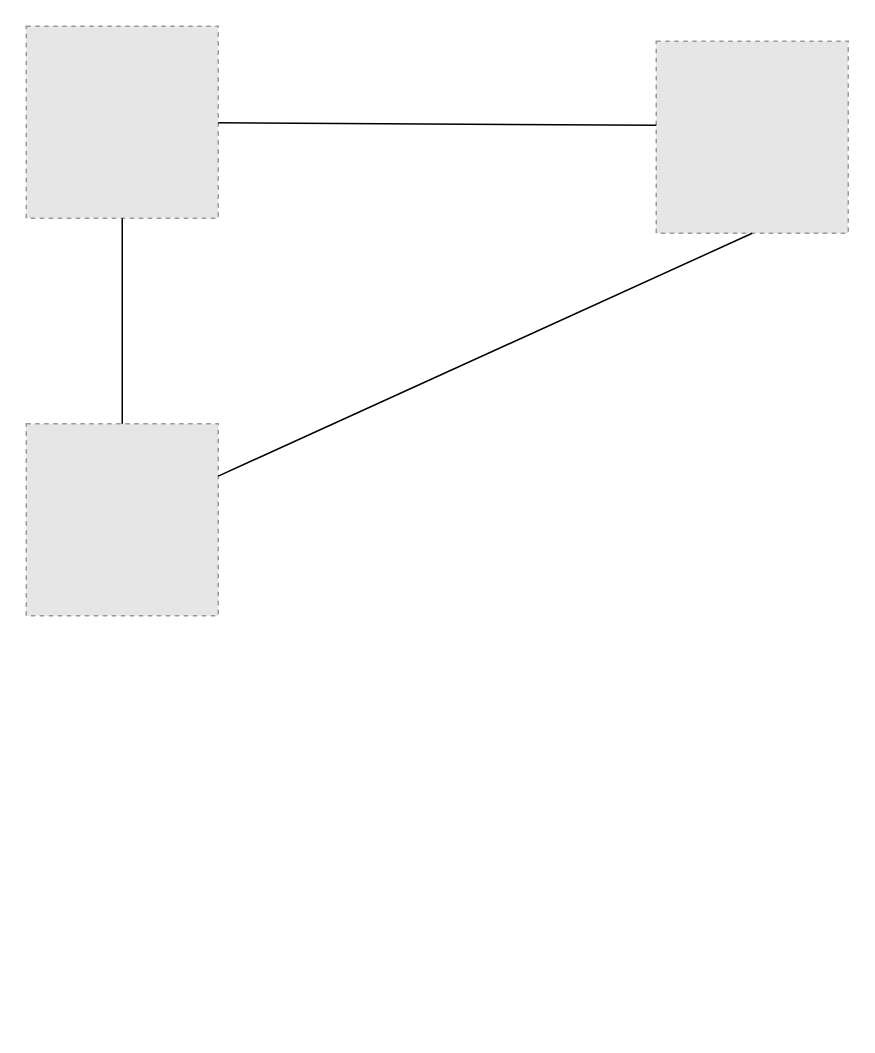
This is 名称未設定ファイル.drawio from Flamingo-G/hello-world, a draw.io file, before an edit. Source tidied: cells renumbered, new cells numbered last; positions are measured from the earlier drawing's top-left corner, leaving out a move shared by most shapes. Both pictures are drawn from the tidied source at 150%, with x=0, y=0 at pixel (26, 26). Pictures stored in the file or linked from it are replaced by grey dashed boxes.
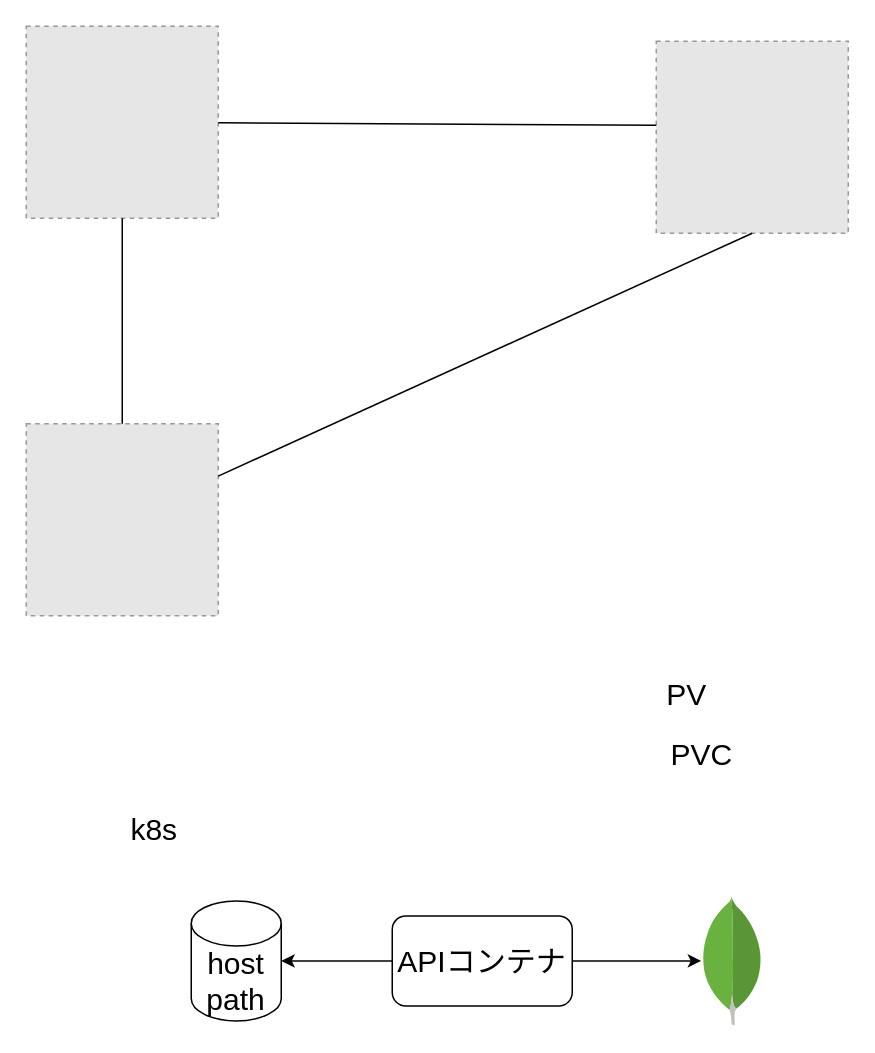
The same diagram, later.

Commit message:
名称未設定ファイル.drawio を更新します

Diff of the diagram source:
```diff
@@
 <mxGraphModel>
   <root>
     <mxCell id="0" />
     <mxCell id="1" parent="0" />
     <mxCell id="2" style="fillColor=#E6E6E6;strokeColor=#999999;dashed=1;html=1;verticalAlign=top;verticalLabelPosition=bottom;labelBackgroundColor=#ffffff;" parent="1" vertex="1">
       <mxGeometry width="128" height="128" as="geometry" />
     </mxCell>
     <mxCell id="3" style="fillColor=#E6E6E6;strokeColor=#999999;dashed=1;html=1;verticalAlign=top;verticalLabelPosition=bottom;labelBackgroundColor=#ffffff;" parent="1" vertex="1">
       <mxGeometry x="420" y="10" width="128" height="128" as="geometry" />
     </mxCell>
     <mxCell id="4" style="fillColor=#E6E6E6;strokeColor=#999999;dashed=1;html=1;verticalAlign=top;verticalLabelPosition=bottom;labelBackgroundColor=#ffffff;" parent="1" vertex="1">
       <mxGeometry y="265" width="128" height="128" as="geometry" />
     </mxCell>
     <mxCell id="5" style="endArrow=none;html=1;" parent="1" edge="1" source="2">
       <mxGeometry relative="1" as="geometry">
         <mxPoint x="420" y="66" as="targetPoint" />
       </mxGeometry>
     </mxCell>
     <mxCell id="6" style="endArrow=none;html=1;exitX=0.5;exitY=1;exitDx=0;exitDy=0;" parent="1" edge="1" source="2" target="4">
       <mxGeometry relative="1" as="geometry" />
     </mxCell>
     <mxCell id="7" style="endArrow=none;html=1;entryX=0.5;entryY=1;entryDx=0;entryDy=0;" parent="1" edge="1" source="4" target="3">
       <mxGeometry relative="1" as="geometry" />
     </mxCell>
+    <mxCell id="8" style="dashed=0;outlineConnect=0;html=1;align=center;labelPosition=center;verticalLabelPosition=bottom;verticalAlign=top;shape=mxgraph.weblogos.mongodb;" parent="1" vertex="1">
+      <mxGeometry x="450" y="580" width="41.2" height="86.2" as="geometry" />
+    </mxCell>
+    <mxCell id="9" style="edgeStyle=orthogonalEdgeStyle;rounded=0;jettySize=auto;html=1;exitX=0;exitY=0.5;exitDx=0;exitDy=0;entryX=1;entryY=0.5;entryDx=0;entryDy=0;entryPerimeter=0;fontSize=20;" parent="1" edge="1" source="11" target="12">
+      <mxGeometry relative="1" as="geometry" />
+    </mxCell>
+    <mxCell id="10" style="edgeStyle=orthogonalEdgeStyle;rounded=0;jettySize=auto;html=1;exitX=1;exitY=0.5;exitDx=0;exitDy=0;fontSize=20;" parent="1" edge="1" source="11" target="8">
+      <mxGeometry relative="1" as="geometry" />
+    </mxCell>
+    <mxCell id="11" value="APIコンテナ" style="rounded=1;whiteSpace=wrap;html=1;fontSize=20;" parent="1" vertex="1">
+      <mxGeometry x="244" y="593.1" width="120" height="60" as="geometry" />
+    </mxCell>
+    <mxCell id="12" value="host&lt;br&gt;path" style="shape=cylinder3;whiteSpace=wrap;html=1;boundedLbl=1;backgroundOutline=1;size=15;fontSize=20;" parent="1" vertex="1">
+      <mxGeometry x="110" y="583.1" width="60" height="80" as="geometry" />
+    </mxCell>
+    <mxCell id="13" value="k8s" style="text;html=1;align=center;verticalAlign=middle;strokeColor=none;fontSize=20;" parent="1" vertex="1">
+      <mxGeometry x="60" y="520" width="50" height="30" as="geometry" />
+    </mxCell>
+    <mxCell id="14" value="PVC" style="text;html=1;align=center;verticalAlign=middle;strokeColor=none;fontSize=20;" parent="1" vertex="1">
+      <mxGeometry x="420" y="470" width="60" height="30" as="geometry" />
+    </mxCell>
+    <mxCell id="15" value="PV" style="text;html=1;align=center;verticalAlign=middle;strokeColor=none;fontSize=20;" parent="1" vertex="1">
+      <mxGeometry x="420" y="430" width="40" height="30" as="geometry" />
+    </mxCell>
   </root>
 </mxGraphModel>
```
